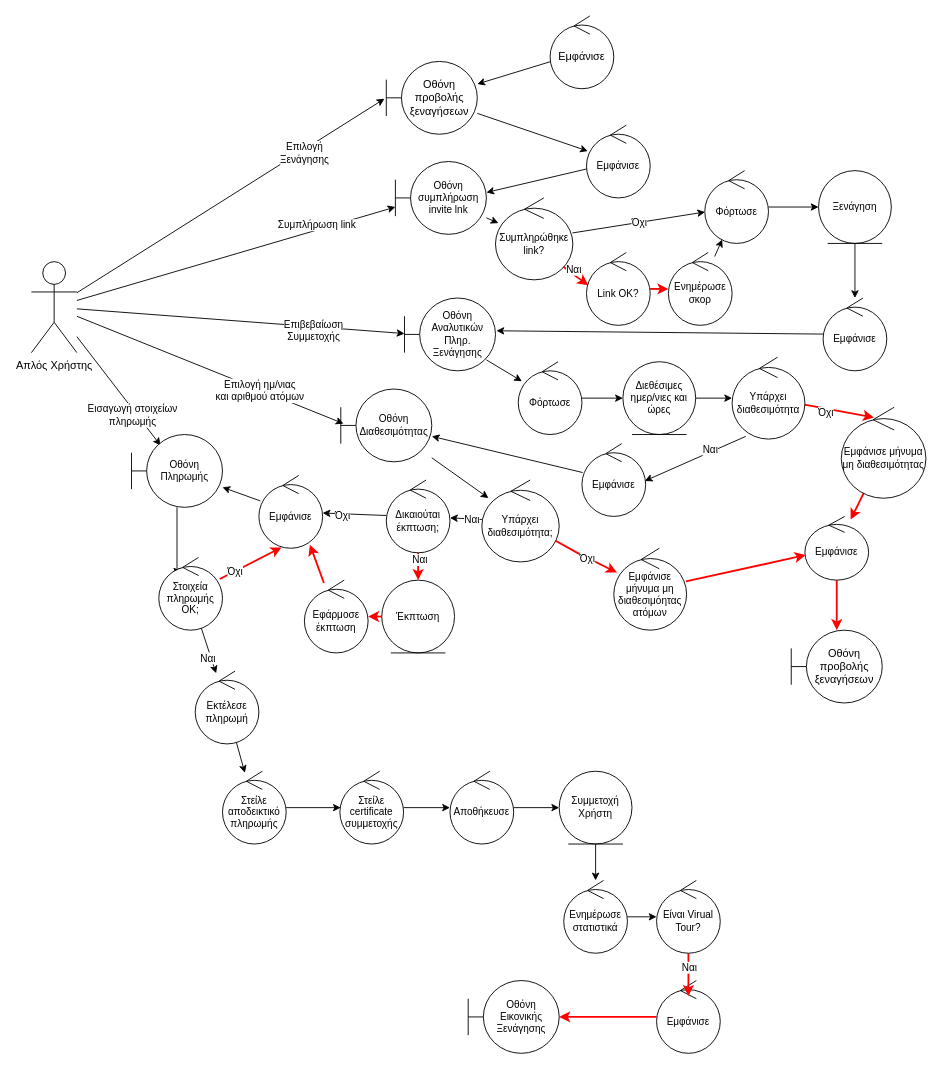
This is Phase-3/Temp files/Diagrams/Join_Tour_Robustness.drawio from sfikastheo/CEID-SoftwareEngineering-2023, a draw.io file, before an edit. Source tidied: cells renumbered, new cells numbered last; positions are measured from the earlier drawing's top-left corner, leaving out a move shared by most shapes. Both pictures are drawn from the tidied source at 91%, with x=0, y=0 at pixel (31, 15).
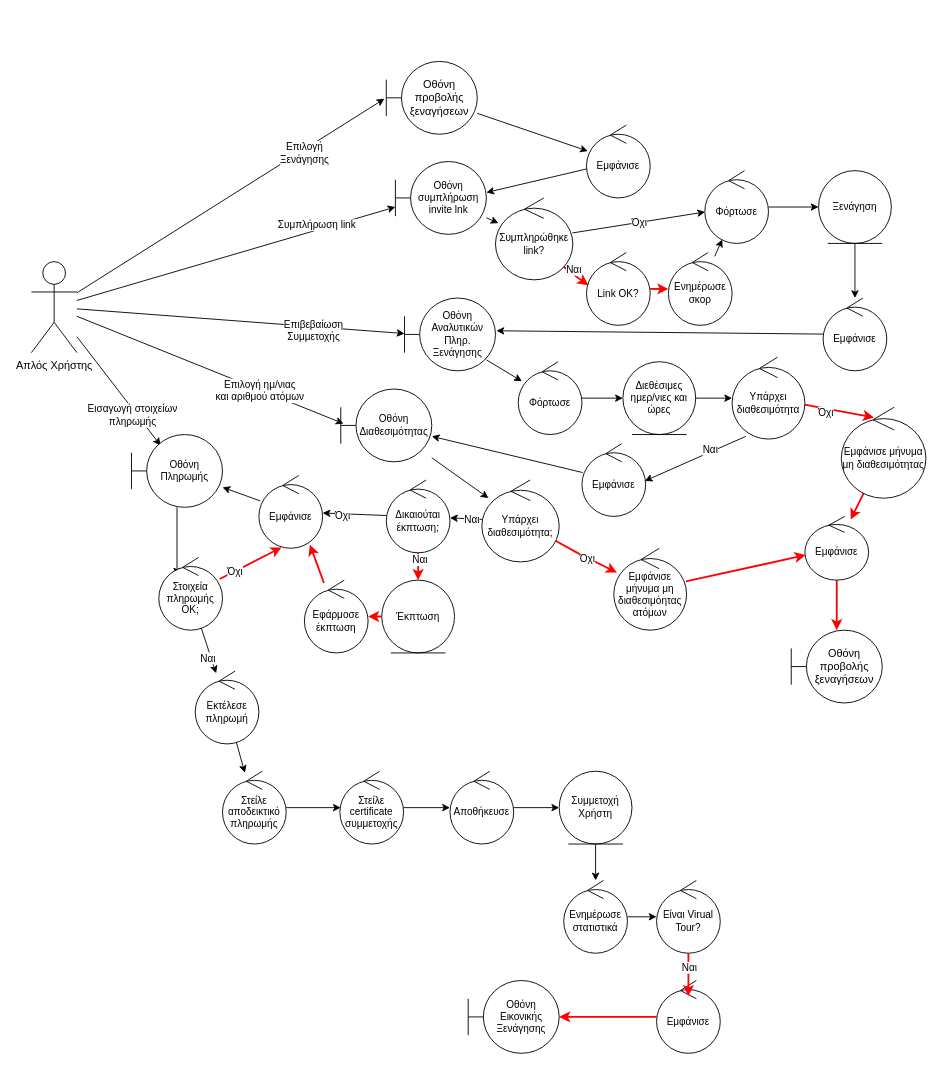
The same page after the edit.

The change refers to these unchanged cells:
```xml
<mxCell id="14" value="Οθόνη προβολής ξεναγήσεων" style="shape=umlBoundary;whiteSpace=wrap;html=1;" parent="1" vertex="1">
  <mxGeometry x="390" y="50" width="100" height="80" as="geometry" />
</mxCell>
```

The edit, as a diff of the source:
```diff
@@
-    <mxCell id="15" style="rounded=0;jettySize=auto;html=1;" parent="1" edge="1" source="29" target="14">
-      <mxGeometry relative="1" as="geometry" />
-    </mxCell>
@@
-    <mxCell id="28" style="rounded=0;jettySize=auto;html=1;" parent="1" edge="1" target="29">
-      <mxGeometry relative="1" as="geometry">
-        <mxPoint x="610.5" y="56.7" as="sourcePoint" />
-      </mxGeometry>
-    </mxCell>
-    <mxCell id="29" value="Εμφάνισε" style="ellipse;shape=umlControl;whiteSpace=wrap;html=1;" parent="1" vertex="1">
-      <mxGeometry x="570" width="70" height="80" as="geometry" />
-    </mxCell>
```
